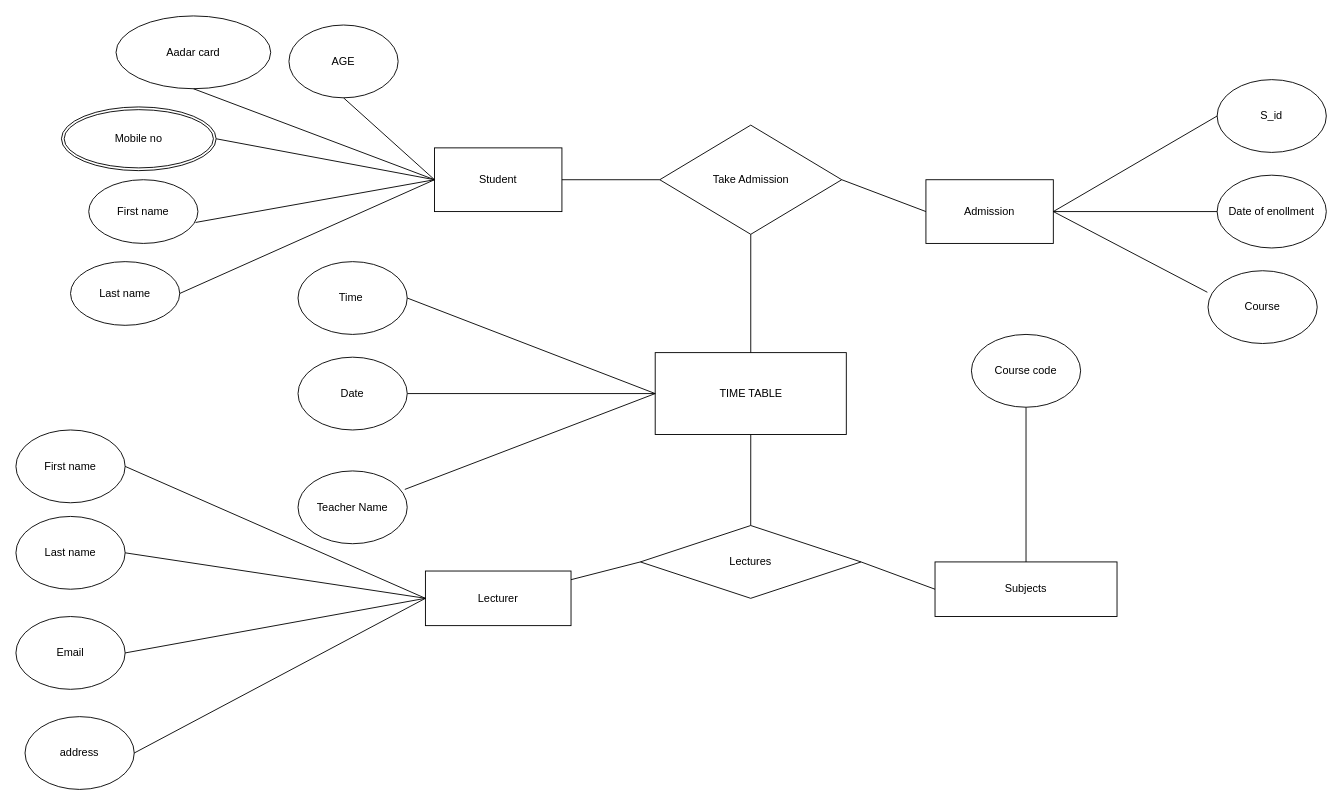
Above: Untitled Diagram.drawio in Stubbornblood/Stubborn-Army (draw.io), before the change. Source tidied: cells renumbered, new cells numbered last; positions are measured from the earlier drawing's top-left corner, leaving out a move shared by most shapes. Both pictures are drawn from the tidied source at 91%, with x=0, y=0 at pixel (15, 15).
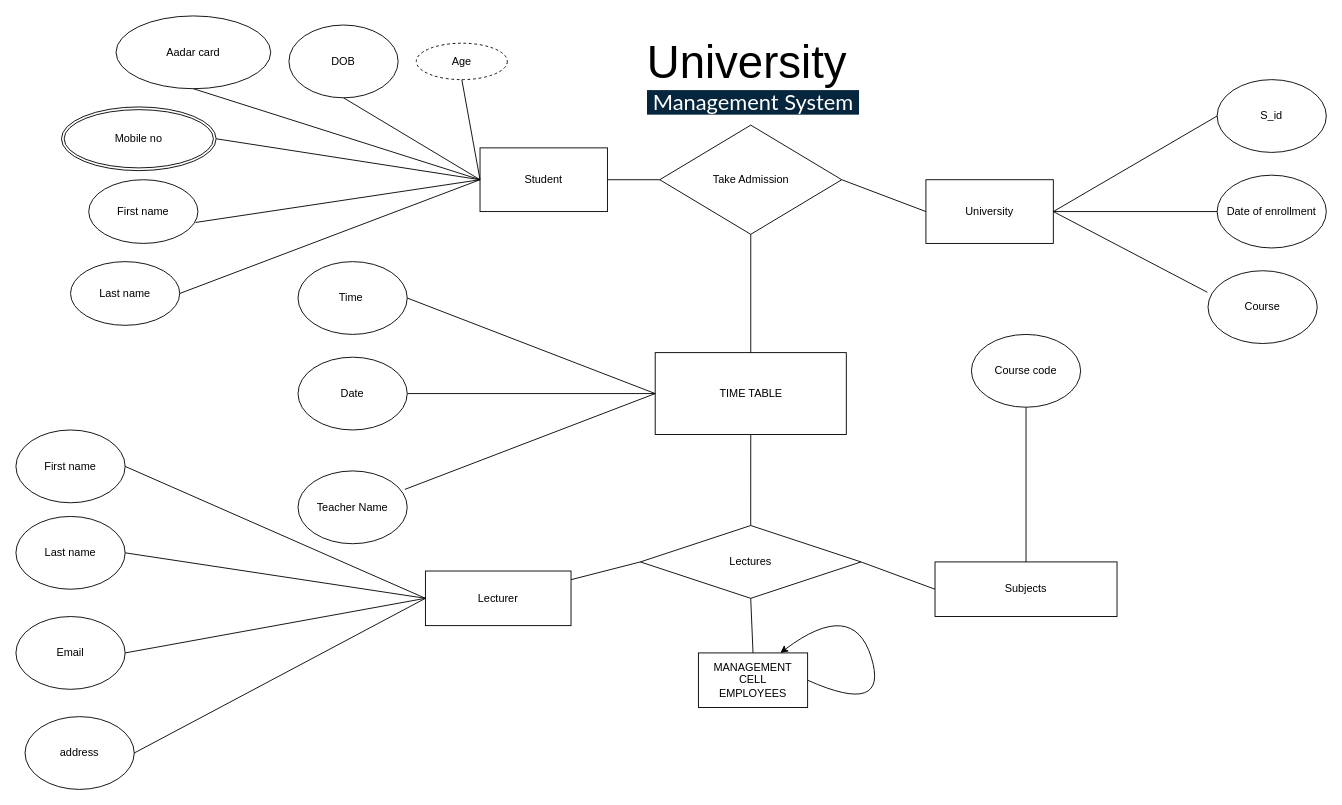
After the change.

Unchanged cells that the change refers to:
```xml
<mxCell id="21" value="Lectures" style="rhombus;whiteSpace=wrap;html=1;" parent="1" vertex="1">
  <mxGeometry x="686.2" y="560" width="242.5" height="80" as="geometry" />
</mxCell>
```

Diff of the diagram source:
```diff
@@
-    <mxCell id="3" value="Admission" style="rounded=0;whiteSpace=wrap;html=1;direction=east;" parent="1" vertex="1">
+    <mxCell id="3" value="University" style="rounded=0;whiteSpace=wrap;html=1;direction=east;" parent="1" vertex="1">
       <mxGeometry x="1000" y="180" width="140" height="70" as="geometry" />
     </mxCell>
     <mxCell id="4" value="Student" style="rounded=0;whiteSpace=wrap;html=1;" parent="1" vertex="1">
-      <mxGeometry x="460" y="145" width="140" height="70" as="geometry" />
+      <mxGeometry x="510" y="145" width="140" height="70" as="geometry" />
     </mxCell>
@@
-    <mxCell id="8" value="Date of enollment" style="ellipse;whiteSpace=wrap;html=1;" parent="1" vertex="1">
+    <mxCell id="8" value="Date of enrollment" style="ellipse;whiteSpace=wrap;html=1;" parent="1" vertex="1">
       <mxGeometry x="1320" y="175" width="120" height="80" as="geometry" />
     </mxCell>
@@
-    <mxCell id="45" value="AGE" style="ellipse;whiteSpace=wrap;html=1;" parent="1" vertex="1">
+    <mxCell id="45" value="DOB" style="ellipse;whiteSpace=wrap;html=1;" parent="1" vertex="1">
       <mxGeometry x="300" y="10" width="120" height="80" as="geometry" />
     </mxCell>
@@
+    <mxCell id="47" value="&lt;span style=&quot;font-size: 50px&quot;&gt;University&amp;nbsp;&lt;/span&gt;&lt;h1 style=&quot;box-sizing: border-box ; font-family: &amp;#34;lato&amp;#34; , &amp;#34;helvetica&amp;#34; , sans-serif ; margin: 0px ; font-size: 24px ; font-weight: 400 ; line-height: 1.1 ; color: rgb(255 , 255 , 255) ; padding: 0px ; background-color: rgb(6 , 38 , 61)&quot;&gt;Management System&lt;/h1&gt;" style="text;html=1;strokeColor=none;fillColor=none;align=center;verticalAlign=middle;whiteSpace=wrap;rounded=0;" parent="1" vertex="1">
+      <mxGeometry x="702.5" y="40" width="215" height="50" as="geometry" />
+    </mxCell>
+    <mxCell id="48" value="Age" style="ellipse;whiteSpace=wrap;html=1;align=center;dashed=1;" parent="1" vertex="1">
+      <mxGeometry x="440" y="30" width="100" height="40" as="geometry" />
+    </mxCell>
+    <mxCell id="49" style="endArrow=none;html=1;entryX=0.5;entryY=1;entryDx=0;entryDy=0;exitX=0;exitY=0.5;exitDx=0;exitDy=0;" parent="1" edge="1" source="4" target="48">
+      <mxGeometry relative="1" as="geometry" />
+    </mxCell>
+    <mxCell id="50" style="endArrow=none;html=1;entryX=0.5;entryY=1;entryDx=0;entryDy=0;exitX=0.5;exitY=0;exitDx=0;exitDy=0;" parent="1" edge="1" source="51" target="21">
+      <mxGeometry relative="1" as="geometry" />
+    </mxCell>
+    <mxCell id="51" value="MANAGEMENT CELL&lt;br&gt;EMPLOYEES" style="rounded=0;whiteSpace=wrap;html=1;" parent="1" vertex="1">
+      <mxGeometry x="750" y="700" width="120" height="60" as="geometry" />
+    </mxCell>
+    <mxCell id="52" style="curved=1;endArrow=classic;html=1;exitX=1;exitY=0.5;exitDx=0;exitDy=0;entryX=0.75;entryY=0;entryDx=0;entryDy=0;" parent="1" edge="1" source="51" target="51">
+      <mxGeometry relative="1" as="geometry">
+        <Array as="points">
+          <mxPoint x="960" y="770" />
+          <mxPoint x="920" y="640" />
+        </Array>
+      </mxGeometry>
+    </mxCell>
```
